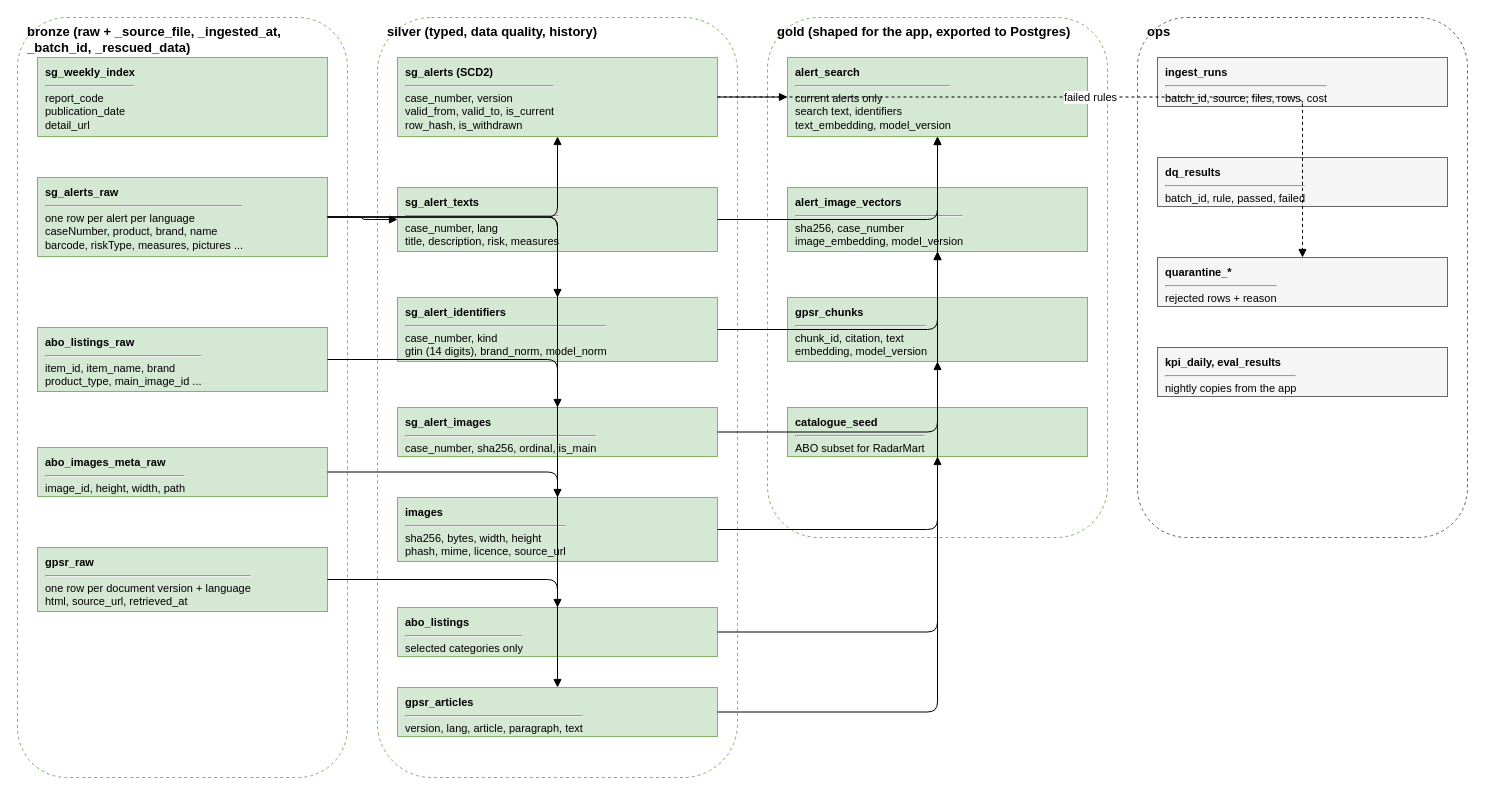
abhinandansamal/recall-radar keeps this draw.io diagram as docs/diagrams/medallion-tables.drawio. Above is the earlier version. Source tidied: cells renumbered, new cells numbered last; positions are measured from the earlier drawing's top-left corner, leaving out a move shared by most shapes. Both pictures are drawn from the tidied source at 100%, with x=0, y=0 at pixel (17, 17).
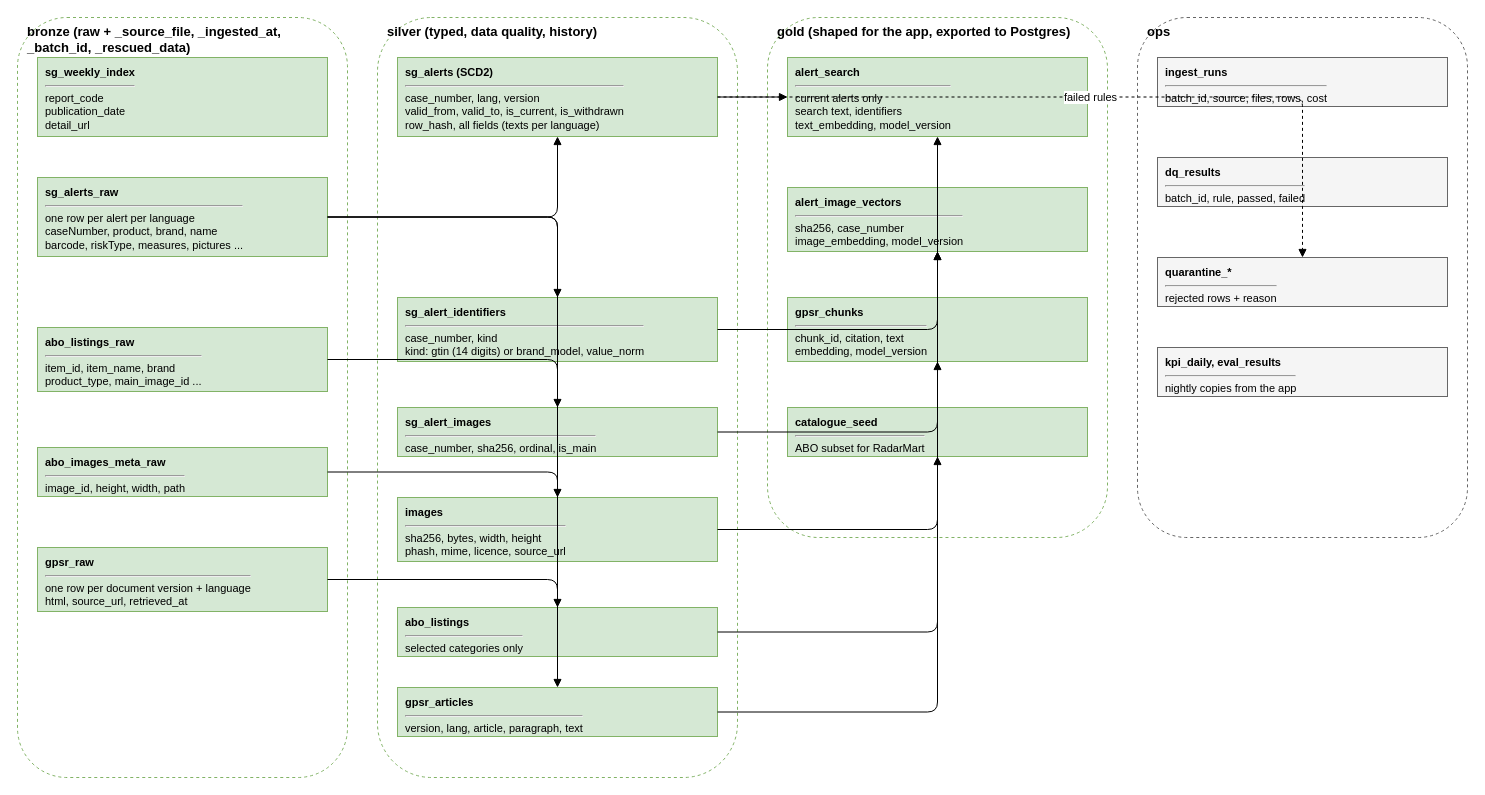
Above is the later version.

Unchanged cells that the change refers to:
```xml
<mxCell id="7" value="&lt;b&gt;sg_alerts_raw&lt;/b&gt;&lt;hr&gt;one row per alert per language&lt;br&gt;caseNumber, product, brand, name&lt;br&gt;barcode, riskType, measures, pictures ..." style="rounded=0;whiteSpace=wrap;html=1;fillColor=#d5e8d4;strokeColor=#82b366;fontSize=11;align=left;verticalAlign=top;spacingLeft=6;spacingTop=2;" parent="1" vertex="1">
  <mxGeometry x="20" y="160" width="290" height="79" as="geometry" />
</mxCell>
<mxCell id="18" value="&lt;b&gt;alert_search&lt;/b&gt;&lt;hr&gt;current alerts only&lt;br&gt;search text, identifiers&lt;br&gt;text_embedding, model_version" style="rounded=0;whiteSpace=wrap;html=1;fillColor=#d5e8d4;strokeColor=#82b366;fontSize=11;align=left;verticalAlign=top;spacingLeft=6;spacingTop=2;" parent="1" vertex="1">
  <mxGeometry x="770" y="40" width="300" height="79" as="geometry" />
</mxCell>
```

The edit, as a diff of the source:
```diff
@@
-    <mxCell id="11" value="&lt;b&gt;sg_alerts (SCD2)&lt;/b&gt;&lt;hr&gt;case_number, version&lt;br&gt;valid_from, valid_to, is_current&lt;br&gt;row_hash, is_withdrawn" style="rounded=0;whiteSpace=wrap;html=1;fillColor=#d5e8d4;strokeColor=#82b366;fontSize=11;align=left;verticalAlign=top;spacingLeft=6;spacingTop=2;" parent="1" vertex="1">
+    <mxCell id="11" value="&lt;b&gt;sg_alerts (SCD2)&lt;/b&gt;&lt;hr&gt;case_number, lang, version&lt;br&gt;valid_from, valid_to, is_current, is_withdrawn&lt;br&gt;row_hash, all fields (texts per language)" style="rounded=0;whiteSpace=wrap;html=1;fillColor=#d5e8d4;strokeColor=#82b366;fontSize=11;align=left;verticalAlign=top;spacingLeft=6;spacingTop=2;" parent="1" vertex="1">
       <mxGeometry x="380" y="40" width="320" height="79" as="geometry" />
     </mxCell>
-    <mxCell id="12" value="&lt;b&gt;sg_alert_texts&lt;/b&gt;&lt;hr&gt;case_number, lang&lt;br&gt;title, description, risk, measures" style="rounded=0;whiteSpace=wrap;html=1;fillColor=#d5e8d4;strokeColor=#82b366;fontSize=11;align=left;verticalAlign=top;spacingLeft=6;spacingTop=2;" parent="1" vertex="1">
-      <mxGeometry x="380" y="170" width="320" height="64" as="geometry" />
-    </mxCell>
-    <mxCell id="13" value="&lt;b&gt;sg_alert_identifiers&lt;/b&gt;&lt;hr&gt;case_number, kind&lt;br&gt;gtin (14 digits), brand_norm, model_norm" style="rounded=0;whiteSpace=wrap;html=1;fillColor=#d5e8d4;strokeColor=#82b366;fontSize=11;align=left;verticalAlign=top;spacingLeft=6;spacingTop=2;" parent="1" vertex="1">
+    <mxCell id="13" value="&lt;b&gt;sg_alert_identifiers&lt;/b&gt;&lt;hr&gt;case_number, kind&lt;br&gt;kind: gtin (14 digits) or brand_model, value_norm" style="rounded=0;whiteSpace=wrap;html=1;fillColor=#d5e8d4;strokeColor=#82b366;fontSize=11;align=left;verticalAlign=top;spacingLeft=6;spacingTop=2;" parent="1" vertex="1">
       <mxGeometry x="380" y="280" width="320" height="64" as="geometry" />
     </mxCell>
@@
-    <mxCell id="27" style="edgeStyle=orthogonalEdgeStyle;rounded=1;html=1;endArrow=block;fontSize=11;" parent="1" edge="1" source="7" target="12">
-      <mxGeometry relative="1" as="geometry" />
-    </mxCell>
@@
-    <mxCell id="34" style="edgeStyle=orthogonalEdgeStyle;rounded=1;html=1;endArrow=block;fontSize=11;" parent="1" edge="1" source="12" target="18">
-      <mxGeometry relative="1" as="geometry" />
-    </mxCell>
```
